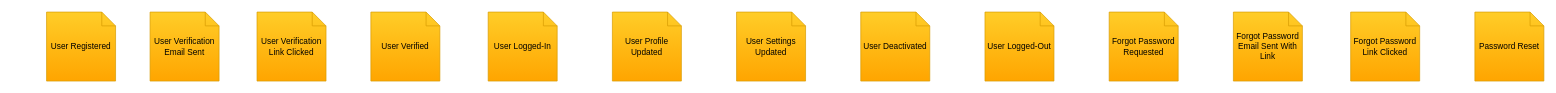
The draw.io diagram page "IdentityAccess-BigPictureEventStorming" (2 of 3) of design/EventStorming.drawio in codefinity/oeuvre, before the edit. Source tidied: cells renumbered, new cells numbered last; positions are measured from the earlier drawing's top-left corner, leaving out a move shared by most shapes. Both pictures are drawn from the tidied source at 69%, with x=0, y=0 at pixel (46, 12).
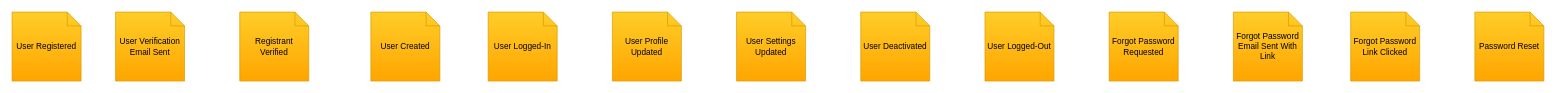
Above is the later version.

Diff of the diagram source:
```diff
@@
 <mxGraphModel>
   <root>
     <mxCell id="0" />
     <mxCell id="1" parent="0" />
     <mxCell id="2" value="User Registered" style="shape=note;size=20;whiteSpace=wrap;html=1;fillColor=#ffcd28;strokeColor=#d79b00;gradientColor=#ffa500;" parent="1" vertex="1">
-      <mxGeometry width="100" height="100" as="geometry" />
+      <mxGeometry x="-50" width="100" height="100" as="geometry" />
     </mxCell>
     <mxCell id="3" value="User Verification Email Sent" style="shape=note;size=20;whiteSpace=wrap;html=1;fillColor=#ffcd28;strokeColor=#d79b00;gradientColor=#ffa500;" parent="1" vertex="1">
-      <mxGeometry x="150" width="100" height="100" as="geometry" />
+      <mxGeometry x="100" width="100" height="100" as="geometry" />
     </mxCell>
-    <mxCell id="4" value="User Verification Link Clicked" style="shape=note;size=20;whiteSpace=wrap;html=1;fillColor=#ffcd28;strokeColor=#d79b00;gradientColor=#ffa500;" parent="1" vertex="1">
-      <mxGeometry x="305" width="100" height="100" as="geometry" />
-    </mxCell>
-    <mxCell id="5" value="User Verified" style="shape=note;size=20;whiteSpace=wrap;html=1;fillColor=#ffcd28;strokeColor=#d79b00;gradientColor=#ffa500;" parent="1" vertex="1">
-      <mxGeometry x="470" width="100" height="100" as="geometry" />
+    <mxCell id="5" value="Registrant Verified" style="shape=note;size=20;whiteSpace=wrap;html=1;fillColor=#ffcd28;strokeColor=#d79b00;gradientColor=#ffa500;" parent="1" vertex="1">
+      <mxGeometry x="280" width="100" height="100" as="geometry" />
     </mxCell>
     <mxCell id="6" value="User Logged-In" style="shape=note;size=20;whiteSpace=wrap;html=1;fillColor=#ffcd28;strokeColor=#d79b00;gradientColor=#ffa500;" parent="1" vertex="1">
       <mxGeometry x="640" width="100" height="100" as="geometry" />
     </mxCell>
     <mxCell id="7" value="User Logged-Out" style="shape=note;size=20;whiteSpace=wrap;html=1;fillColor=#ffcd28;strokeColor=#d79b00;gradientColor=#ffa500;" parent="1" vertex="1">
       <mxGeometry x="1360" width="100" height="100" as="geometry" />
     </mxCell>
     <mxCell id="8" value="User Profile Updated" style="shape=note;size=20;whiteSpace=wrap;html=1;fillColor=#ffcd28;strokeColor=#d79b00;gradientColor=#ffa500;" parent="1" vertex="1">
       <mxGeometry x="820" width="100" height="100" as="geometry" />
     </mxCell>
     <mxCell id="9" value="User Settings Updated" style="shape=note;size=20;whiteSpace=wrap;html=1;fillColor=#ffcd28;strokeColor=#d79b00;gradientColor=#ffa500;" parent="1" vertex="1">
       <mxGeometry x="1000" width="100" height="100" as="geometry" />
     </mxCell>
     <mxCell id="10" value="User Deactivated" style="shape=note;size=20;whiteSpace=wrap;html=1;fillColor=#ffcd28;strokeColor=#d79b00;gradientColor=#ffa500;" parent="1" vertex="1">
       <mxGeometry x="1180" width="100" height="100" as="geometry" />
     </mxCell>
     <mxCell id="11" value="Forgot Password Requested" style="shape=note;size=20;whiteSpace=wrap;html=1;fillColor=#ffcd28;strokeColor=#d79b00;gradientColor=#ffa500;" parent="1" vertex="1">
       <mxGeometry x="1540" width="100" height="100" as="geometry" />
     </mxCell>
     <mxCell id="12" value="Forgot Password Email Sent With Link" style="shape=note;size=20;whiteSpace=wrap;html=1;fillColor=#ffcd28;strokeColor=#d79b00;gradientColor=#ffa500;" parent="1" vertex="1">
       <mxGeometry x="1720" width="100" height="100" as="geometry" />
     </mxCell>
     <mxCell id="13" value="Password Reset" style="shape=note;size=20;whiteSpace=wrap;html=1;fillColor=#ffcd28;strokeColor=#d79b00;gradientColor=#ffa500;" parent="1" vertex="1">
       <mxGeometry x="2070" width="100" height="100" as="geometry" />
     </mxCell>
     <mxCell id="14" value="Forgot Password Link Clicked" style="shape=note;size=20;whiteSpace=wrap;html=1;fillColor=#ffcd28;strokeColor=#d79b00;gradientColor=#ffa500;" parent="1" vertex="1">
       <mxGeometry x="1890" width="100" height="100" as="geometry" />
     </mxCell>
+    <mxCell id="15" value="User Created" style="shape=note;size=20;whiteSpace=wrap;html=1;fillColor=#ffcd28;strokeColor=#d79b00;gradientColor=#ffa500;" parent="1" vertex="1">
+      <mxGeometry x="470" width="100" height="100" as="geometry" />
+    </mxCell>
   </root>
 </mxGraphModel>
```
